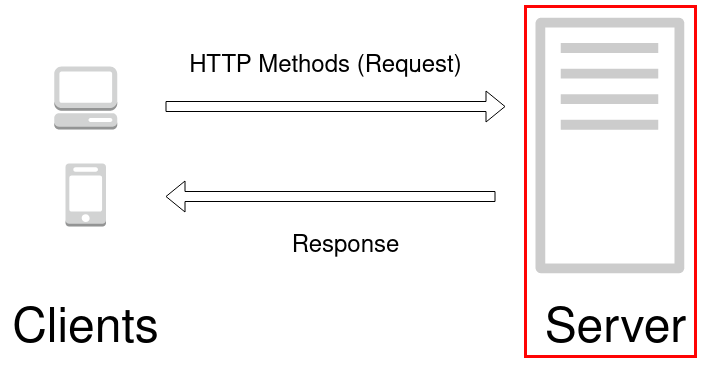
Earlier version of the draw.io export img/ServerHigh.png (Lektro9/RestExercises). Source tidied: cells renumbered, new cells last; positions are measured from the earlier drawing's top-left corner, leaving out a move shared by most shapes. Its diagram source:
```xml
<mxGraphModel>
  <root>
    <mxCell id="0" />
    <mxCell id="1" parent="0" />
    <mxCell id="2" style="dashed=0;verticalLabelPosition=bottom;verticalAlign=top;align=center;html=1;shape=mxgraph.aws3.management_console;fillColor=#D2D3D3;gradientColor=none;" parent="1" vertex="1">
      <mxGeometry x="48.8" y="60" width="63" height="63" as="geometry" />
    </mxCell>
    <mxCell id="3" style="dashed=0;verticalLabelPosition=bottom;verticalAlign=top;align=center;html=1;shape=mxgraph.aws3.mobile_client;fillColor=#D2D3D3;gradientColor=none;" parent="1" vertex="1">
      <mxGeometry x="60" y="157" width="40.5" height="63" as="geometry" />
    </mxCell>
    <mxCell id="4" value="&lt;div&gt;&lt;font style=&quot;font-size: 48px&quot;&gt;Clients&lt;/font&gt;&lt;/div&gt;" style="text;html=1;align=center;verticalAlign=middle;" parent="1" vertex="1">
      <mxGeometry x="0.2" y="310" width="160" height="30" as="geometry" />
    </mxCell>
    <mxCell id="5" style="fontColor=#232F3E;gradientColor=none;strokeColor=none;dashed=0;verticalLabelPosition=bottom;verticalAlign=top;align=center;html=1;fontSize=12;fontStyle=0;shape=mxgraph.aws4.traditional_server;fillColor=#CCCCCC;" parent="1" vertex="1">
      <mxGeometry x="530" y="10" width="148.8" height="258" as="geometry" />
    </mxCell>
    <mxCell id="6" style="shape=flexArrow;endArrow=classic;html=1;" parent="1" edge="1">
      <mxGeometry relative="1" as="geometry">
        <mxPoint x="160" y="100" as="sourcePoint" />
        <mxPoint x="500" y="100" as="targetPoint" />
      </mxGeometry>
    </mxCell>
    <mxCell id="7" style="shape=flexArrow;endArrow=classic;html=1;" parent="1" edge="1">
      <mxGeometry relative="1" as="geometry">
        <mxPoint x="490" y="190" as="sourcePoint" />
        <mxPoint x="160" y="190" as="targetPoint" />
      </mxGeometry>
    </mxCell>
    <mxCell id="8" value="&lt;font style=&quot;font-size: 24px&quot;&gt;HTTP Methods (Request)&lt;br&gt;&lt;/font&gt;" style="text;html=1;align=center;verticalAlign=middle;" parent="1" vertex="1">
      <mxGeometry x="175" y="50" width="290" height="20" as="geometry" />
    </mxCell>
    <mxCell id="9" value="&lt;font style=&quot;font-size: 24px&quot;&gt;Response&lt;/font&gt;" style="text;html=1;align=center;verticalAlign=middle;" parent="1" vertex="1">
      <mxGeometry x="280" y="230" width="120" height="20" as="geometry" />
    </mxCell>
    <mxCell id="10" value="&lt;font style=&quot;font-size: 48px&quot;&gt;Server&lt;/font&gt;" style="text;html=1;align=center;verticalAlign=middle;" parent="1" vertex="1">
      <mxGeometry x="530" y="310" width="160" height="30" as="geometry" />
    </mxCell>
    <mxCell id="11" style="rounded=0;whiteSpace=wrap;html=1;strokeWidth=3;fillColor=none;strokeColor=#FF0303;" parent="1" vertex="1">
      <mxGeometry x="520" width="170" height="350" as="geometry" />
    </mxCell>
  </root>
</mxGraphModel>
```
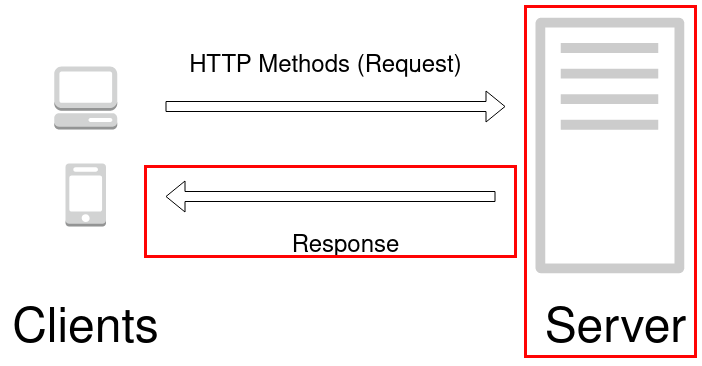
Above is the later version.

Commit message:
finalize slides

The edit, as a diff of the source:
```diff
@@ -38,5 +38,8 @@
     <mxCell id="11" style="rounded=0;whiteSpace=wrap;html=1;strokeWidth=3;fillColor=none;strokeColor=#FF0303;" parent="1" vertex="1">
       <mxGeometry x="520" width="170" height="350" as="geometry" />
     </mxCell>
+    <mxCell id="12" style="rounded=0;whiteSpace=wrap;html=1;strokeWidth=3;fillColor=none;strokeColor=#FF0303;" parent="1" vertex="1">
+      <mxGeometry x="140" y="160" width="370" height="90" as="geometry" />
+    </mxCell>
   </root>
 </mxGraphModel>
```
